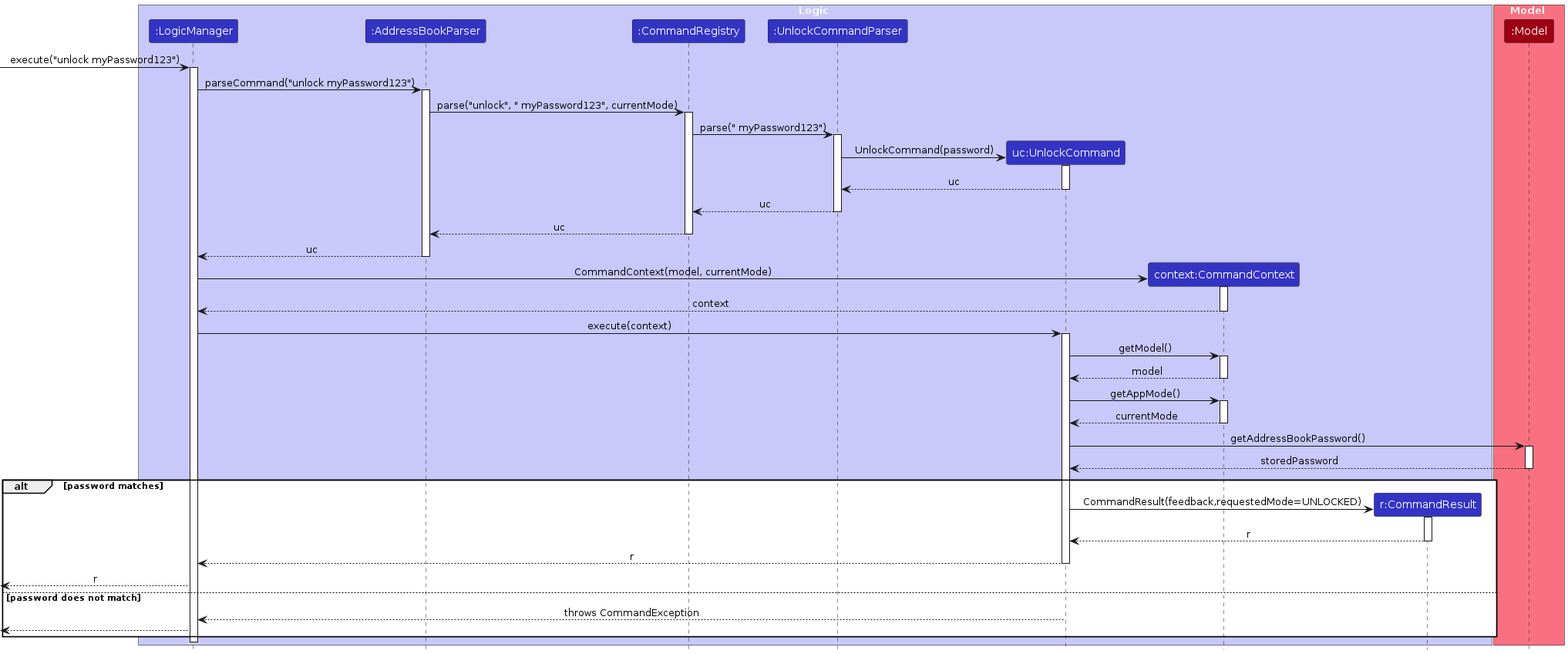
Above: diagrams/UnlockSequenceDiagram.png in AY2526S2-CS2103T-T15-2/tp (PlantUML), before the change. Its source is kept beside it as diagrams/UnlockSequenceDiagram.puml. Source of this version:
```plantuml
@startuml
!include style.puml
skinparam ArrowFontStyle plain

box Logic LOGIC_COLOR_T1
participant ":LogicManager" as LogicManager LOGIC_COLOR
participant ":AddressBookParser" as AddressBookParser LOGIC_COLOR
participant ":CommandRegistry" as CommandRegistry LOGIC_COLOR
participant ":UnlockCommandParser" as UnlockCommandParser LOGIC_COLOR
participant "uc:UnlockCommand" as UnlockCommand LOGIC_COLOR
participant "context:CommandContext" as CommandContext LOGIC_COLOR
participant "r:CommandResult" as CommandResult LOGIC_COLOR
end box

box Model MODEL_COLOR_T1
participant ":Model" as Model MODEL_COLOR
end box

[-> LogicManager : execute("unlock myPassword123")
activate LogicManager

LogicManager -> AddressBookParser : parseCommand("unlock myPassword123")
activate AddressBookParser

AddressBookParser -> CommandRegistry : parse("unlock", " myPassword123", currentMode)
activate CommandRegistry

CommandRegistry -> UnlockCommandParser : parse(" myPassword123")
activate UnlockCommandParser

create UnlockCommand
UnlockCommandParser -> UnlockCommand : UnlockCommand(password)
activate UnlockCommand
UnlockCommand --> UnlockCommandParser : uc
deactivate UnlockCommand

UnlockCommandParser --> CommandRegistry : uc
deactivate UnlockCommandParser

CommandRegistry --> AddressBookParser : uc
deactivate CommandRegistry

AddressBookParser --> LogicManager : uc
deactivate AddressBookParser

create CommandContext
LogicManager -> CommandContext : CommandContext(model, currentMode)
activate CommandContext
CommandContext --> LogicManager : context
deactivate CommandContext

LogicManager -> UnlockCommand : execute(context)
activate UnlockCommand

UnlockCommand -> CommandContext : getModel()
activate CommandContext
CommandContext --> UnlockCommand : model
deactivate CommandContext

UnlockCommand -> CommandContext : getAppMode()
activate CommandContext
CommandContext --> UnlockCommand : currentMode
deactivate CommandContext

UnlockCommand -> Model : getAddressBookPassword()
activate Model
Model --> UnlockCommand : storedPassword
deactivate Model

alt password matches
    create CommandResult
    UnlockCommand -> CommandResult ++ : CommandResult(feedback,requestedMode=UNLOCKED)
    CommandResult --> UnlockCommand : r
    deactivate CommandResult

    UnlockCommand --> LogicManager : r
    deactivate UnlockCommand

    [<-- LogicManager : r
else password does not match
    UnlockCommand --> LogicManager : throws CommandException
    deactivate UnlockCommand
    [<-- LogicManager
end

deactivate LogicManager
@enduml
```
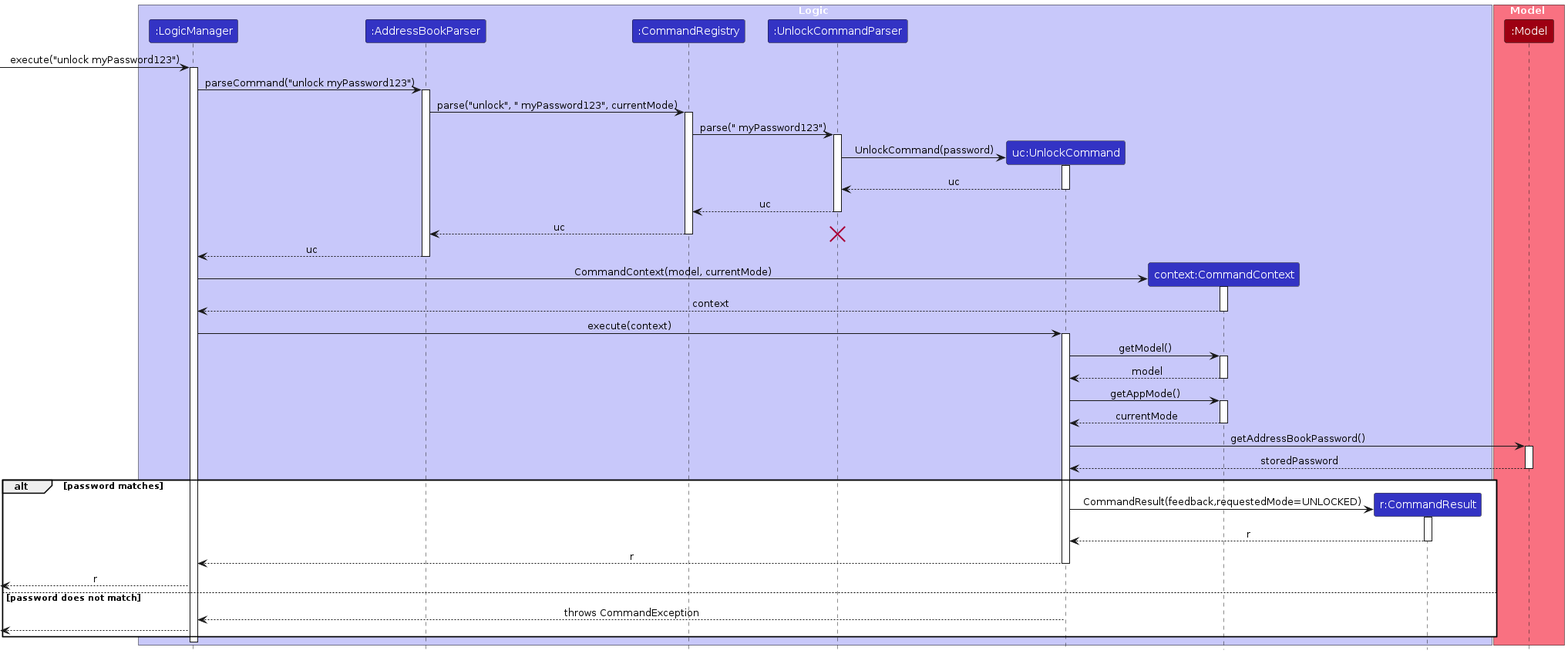
Later version of the same file.

Diff of the diagram source:
```diff
@@ -39,6 +39,7 @@
 
 CommandRegistry --> AddressBookParser : uc
 deactivate CommandRegistry
+destroy UnlockCommandParser
 
 AddressBookParser --> LogicManager : uc
 deactivate AddressBookParser
```
